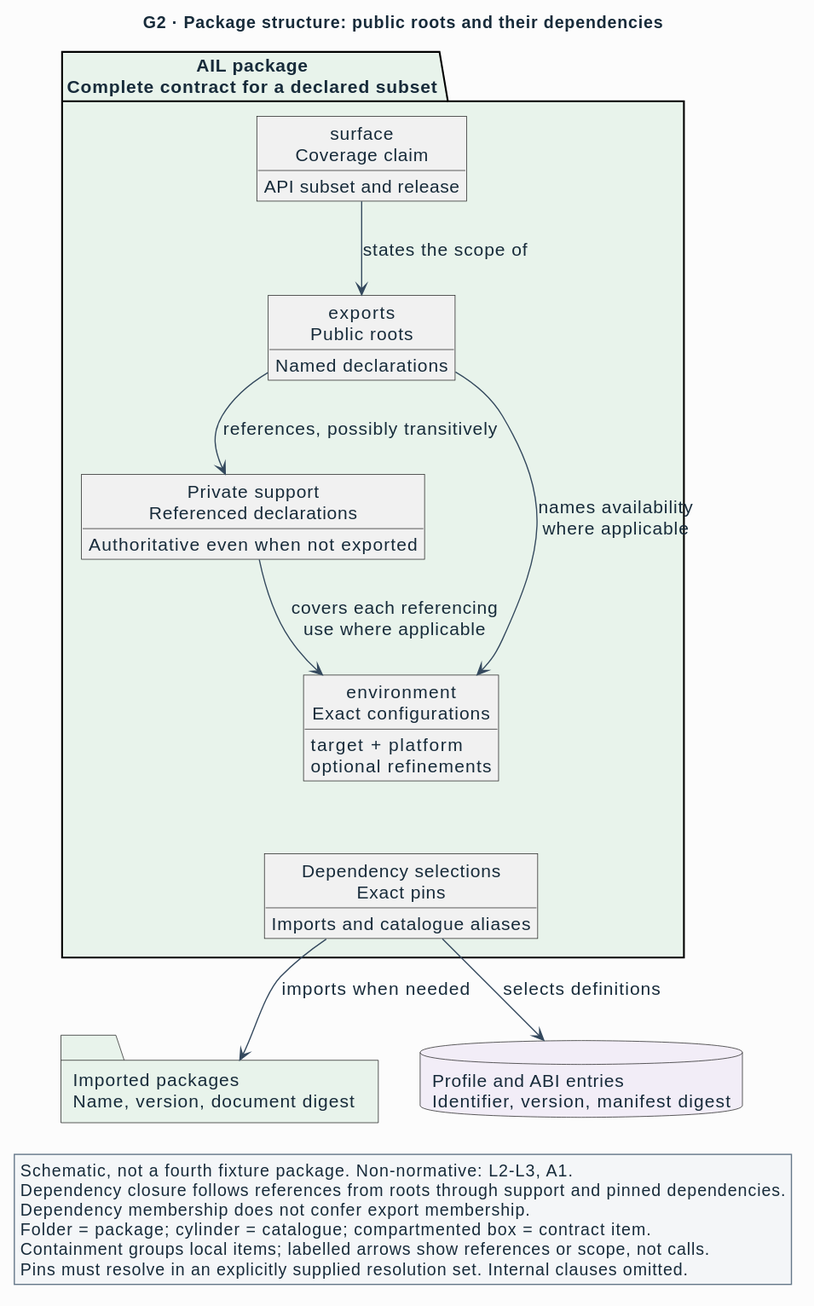
Earlier version of the PlantUML export semantic/specification/interface-language/figures/g2-package.svg (Linkuistics/APIAnyware). Its source is kept beside it as semantic/specification/interface-language/figures/g2-package.puml.
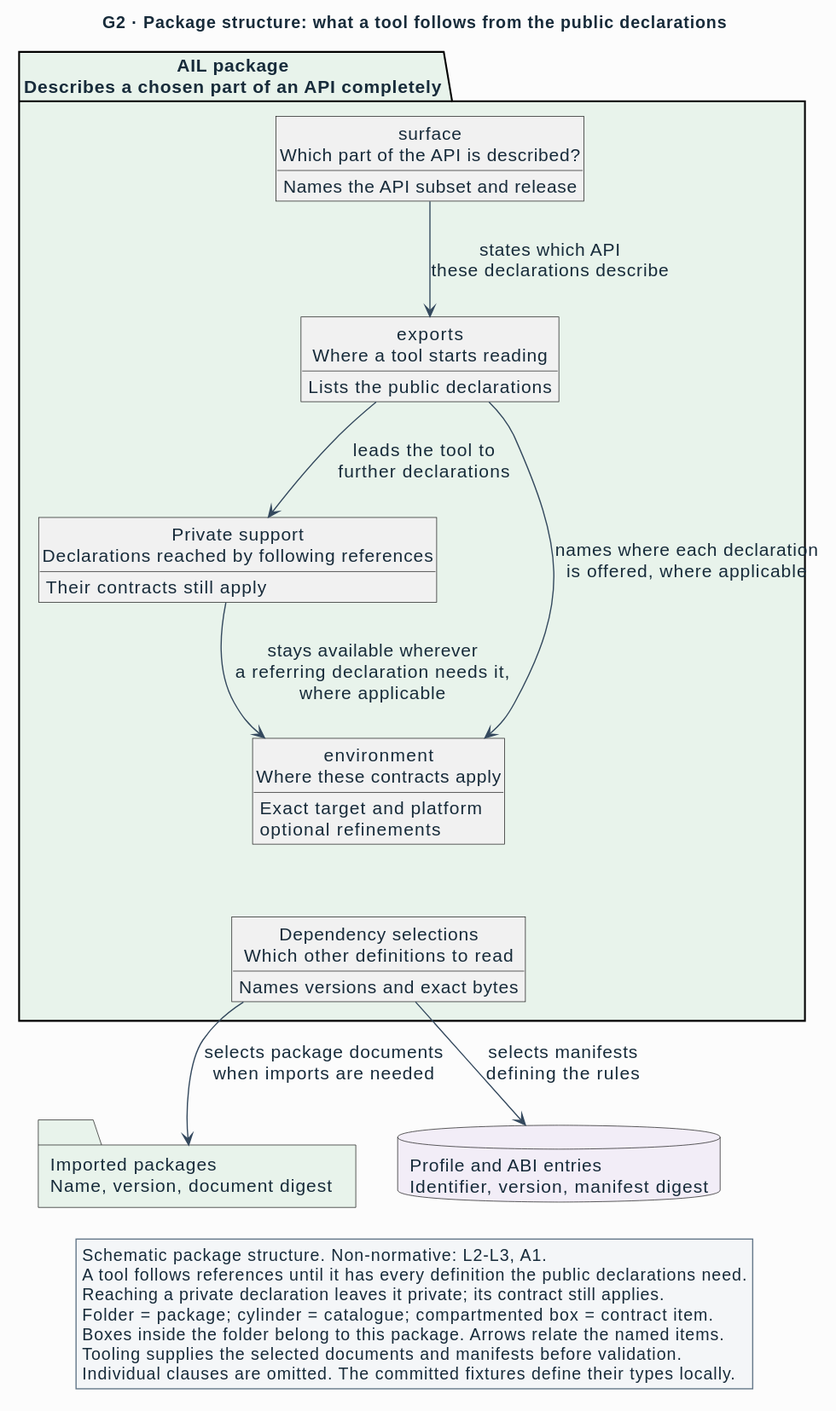
The same file after the commit.

Change to the diagram source:
```diff
@@ -3,41 +3,42 @@
 allowmixing
 hide circle
 hide empty methods
-title G2 · Package structure: public roots and their dependencies
+title G2 · Package structure: what a tool follows from the public declarations
 top to bottom direction
-folder "AIL package\nComplete contract for a declared subset" as pkg #E8F3EB {
-  class "surface\nCoverage claim" as surface {
-    API subset and release
+folder "AIL package\nDescribes a chosen part of an API completely" as pkg #E8F3EB {
+  class "surface\nWhich part of the API is described?" as surface {
+    Names the API subset and release
   }
-  class "exports\nPublic roots" as roots {
-    Named declarations
+  class "exports\nWhere a tool starts reading" as roots {
+    Lists the public declarations
   }
-  class "Private support\nReferenced declarations" as support {
-    Authoritative even when not exported
+  class "Private support\nDeclarations reached by following references" as support {
+    Their contracts still apply
   }
-  class "environment\nExact configurations" as env {
-    target + platform
+  class "environment\nWhere these contracts apply" as env {
+    Exact target and platform
     optional refinements
   }
-  class "Dependency selections\nExact pins" as pins {
-    Imports and catalogue aliases
+  class "Dependency selections\nWhich other definitions to read" as pins {
+    Names versions and exact bytes
   }
-  surface --> roots : states the scope of
-  roots --> support : references, possibly transitively
-  roots --> env : names availability\nwhere applicable
-  support --> env : covers each referencing\nuse where applicable
+  surface --> roots : states which API\nthese declarations describe
+  roots --> support : leads the tool to\nfurther declarations
+  roots --> env : names where each declaration\nis offered, where applicable
+  support --> env : stays available wherever\na referring declaration needs it,\nwhere applicable
   env -[hidden]down-> pins
 }
 $package(imports, "Imported packages\nName, version, document digest")
 $catalogue(catalogues, "Profile and ABI entries\nIdentifier, version, manifest digest")
-pins --> imports : imports when needed
-pins --> catalogues : selects definitions
+pins --> imports : selects package documents\nwhen imports are needed
+pins --> catalogues : selects manifests\ndefining the rules
 legend bottom
-  Schematic, not a fourth fixture package. Non-normative: L2–L3, A1.
-  Dependency closure follows references from roots through support and pinned dependencies.
-  Dependency membership does not confer export membership.
+  Schematic package structure. Non-normative: L2–L3, A1.
+  A tool follows references until it has every definition the public declarations need.
+  Reaching a private declaration leaves it private; its contract still applies.
   Folder = package; cylinder = catalogue; compartmented box = contract item.
-  Containment groups local items; labelled arrows show references or scope, not calls.
-  Pins must resolve in an explicitly supplied resolution set. Internal clauses omitted.
+  Boxes inside the folder belong to this package. Arrows relate the named items.
+  Tooling supplies the selected documents and manifests before validation.
+  Individual clauses are omitted. The committed fixtures define their types locally.
 endlegend
 @enduml
```
